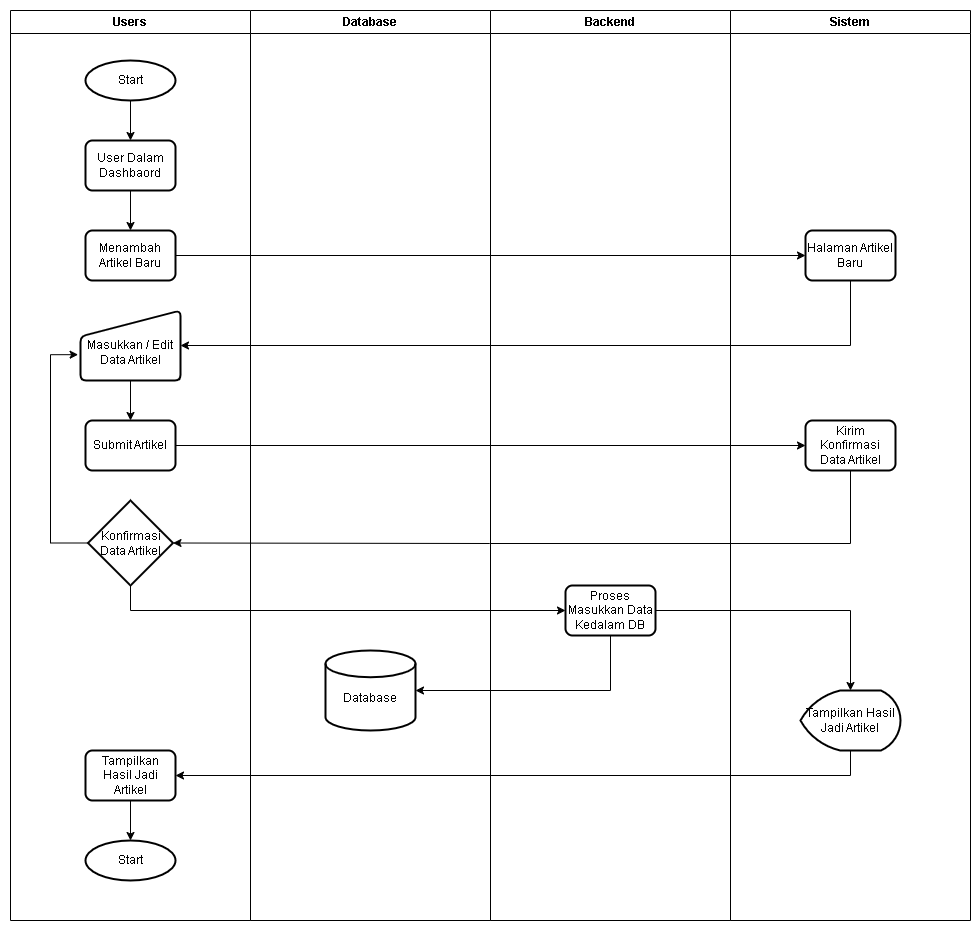
Earlier version of the draw.io export image/Tambah Artikel 4 Baris.png (berkatauto/jurnal-proyek3). Source tidied: cells renumbered, new cells last; positions are measured from the earlier drawing's top-left corner, leaving out a move shared by most shapes.
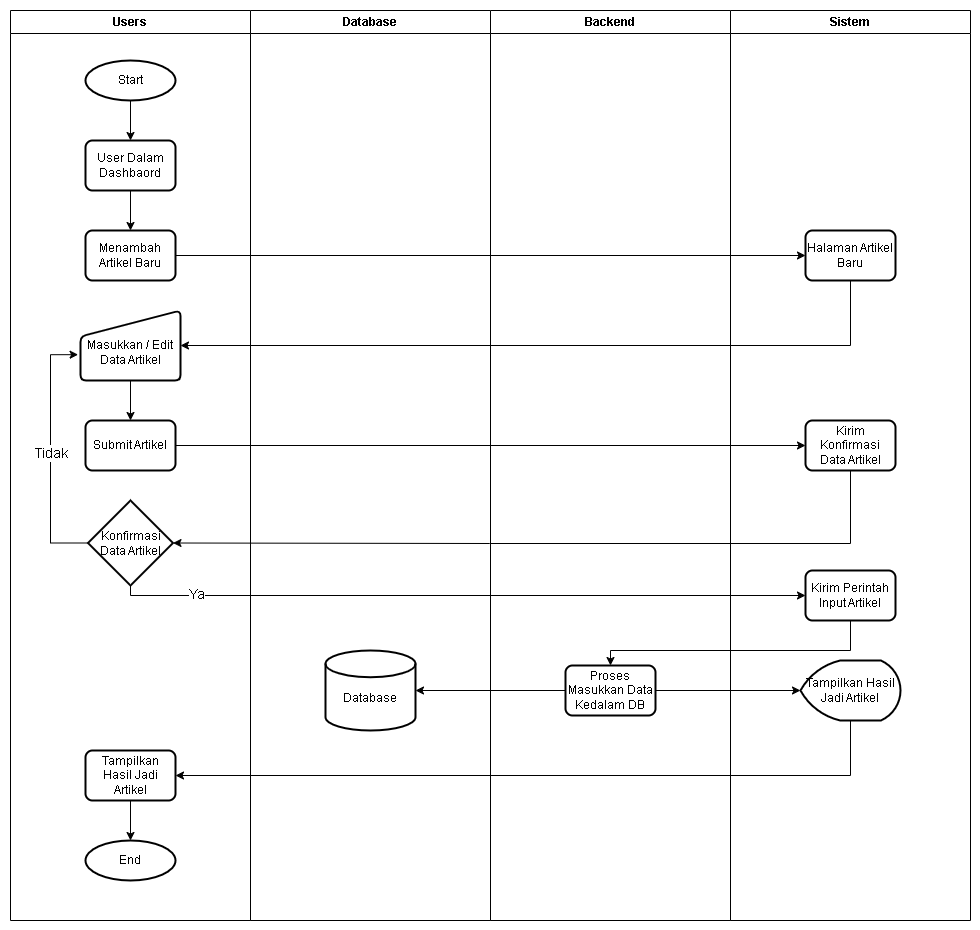
After the commit.

Commit message:
Update (Image) : Memperbarui Flowmap untuk Hapus Artikel

The edit, as a diff of the source:
```diff
@@ -43,10 +43,13 @@
         </Array>
       </mxGeometry>
     </mxCell>
+    <mxCell id="33" value="&lt;font style=&quot;font-size: 14px;&quot;&gt;Tidak&lt;/font&gt;" style="edgeLabel;html=1;align=center;verticalAlign=middle;" parent="13" vertex="1">
+      <mxGeometry x="0.01" y="1" relative="1" as="geometry" />
+    </mxCell>
     <mxCell id="14" value="Tampilkan Hasil Jadi Artikel" style="rounded=1;whiteSpace=wrap;html=1;absoluteArcSize=1;arcSize=14;strokeWidth=2;" parent="3" vertex="1">
       <mxGeometry x="75" y="740" width="90" height="50" as="geometry" />
     </mxCell>
-    <mxCell id="15" value="Start" style="strokeWidth=2;html=1;shape=mxgraph.flowchart.start_1;whiteSpace=wrap;" parent="3" vertex="1">
+    <mxCell id="15" value="End" style="strokeWidth=2;html=1;shape=mxgraph.flowchart.start_1;whiteSpace=wrap;" parent="3" vertex="1">
       <mxGeometry x="75" y="830" width="90" height="40" as="geometry" />
     </mxCell>
     <mxCell id="16" style="edgeStyle=orthogonalEdgeStyle;rounded=0;jettySize=auto;html=1;entryX=0.5;entryY=0;entryDx=0;entryDy=0;entryPerimeter=0;" parent="3" edge="1" source="14" target="15">
@@ -62,7 +65,7 @@
       <mxGeometry x="490" y="10" width="240" height="910" as="geometry" />
     </mxCell>
     <mxCell id="20" value="Proses Masukkan Data Kedalam DB" style="rounded=1;whiteSpace=wrap;html=1;absoluteArcSize=1;arcSize=14;strokeWidth=2;" parent="19" vertex="1">
-      <mxGeometry x="75" y="575" width="90" height="50" as="geometry" />
+      <mxGeometry x="75" y="655" width="90" height="50" as="geometry" />
     </mxCell>
     <mxCell id="21" value="Sistem" style="swimlane;whiteSpace=wrap;html=1;" parent="1" vertex="1">
       <mxGeometry x="730" y="10" width="240" height="910" as="geometry" />
@@ -74,8 +77,11 @@
       <mxGeometry x="75" y="410" width="90" height="50" as="geometry" />
     </mxCell>
     <mxCell id="24" value="Tampilkan Hasil Jadi Artikel" style="strokeWidth=2;html=1;shape=mxgraph.flowchart.display;whiteSpace=wrap;" parent="21" vertex="1">
-      <mxGeometry x="70" y="680" width="100" height="60" as="geometry" />
+      <mxGeometry x="70" y="650" width="100" height="60" as="geometry" />
     </mxCell>
+    <mxCell id="34" value="Kirim Perintah Input Artikel" style="rounded=1;whiteSpace=wrap;html=1;absoluteArcSize=1;arcSize=14;strokeWidth=2;" parent="21" vertex="1">
+      <mxGeometry x="75" y="560" width="90" height="50" as="geometry" />
+    </mxCell>
     <mxCell id="25" style="edgeStyle=orthogonalEdgeStyle;rounded=0;jettySize=auto;html=1;entryX=0;entryY=0.5;entryDx=0;entryDy=0;" parent="1" edge="1" source="8" target="22">
       <mxGeometry relative="1" as="geometry" />
     </mxCell>
@@ -97,29 +103,36 @@
         </Array>
       </mxGeometry>
     </mxCell>
-    <mxCell id="29" style="edgeStyle=orthogonalEdgeStyle;rounded=0;jettySize=auto;html=1;entryX=0;entryY=0.5;entryDx=0;entryDy=0;" parent="1" edge="1" source="12" target="20">
-      <mxGeometry relative="1" as="geometry">
-        <Array as="points">
-          <mxPoint x="130" y="610" />
-        </Array>
-      </mxGeometry>
-    </mxCell>
+    <mxCell id="32" style="edgeStyle=orthogonalEdgeStyle;rounded=0;jettySize=auto;html=1;entryX=1;entryY=0.5;entryDx=0;entryDy=0;exitX=0.5;exitY=1;exitDx=0;exitDy=0;exitPerimeter=0;" parent="1" edge="1" source="24" target="14">
+      <mxGeometry relative="1" as="geometry">
+        <Array as="points">
+          <mxPoint x="850" y="775" />
+        </Array>
+      </mxGeometry>
+    </mxCell>
+    <mxCell id="35" style="edgeStyle=orthogonalEdgeStyle;rounded=0;jettySize=auto;html=1;entryX=0.5;entryY=0;entryDx=0;entryDy=0;" parent="1" edge="1" source="34" target="20">
+      <mxGeometry relative="1" as="geometry">
+        <Array as="points">
+          <mxPoint x="850" y="650" />
+          <mxPoint x="610" y="650" />
+        </Array>
+      </mxGeometry>
+    </mxCell>
-    <mxCell id="30" style="edgeStyle=orthogonalEdgeStyle;rounded=0;jettySize=auto;html=1;entryX=1;entryY=0.5;entryDx=0;entryDy=0;entryPerimeter=0;" parent="1" edge="1" source="20" target="18">
-      <mxGeometry relative="1" as="geometry">
-        <Array as="points">
-          <mxPoint x="610" y="690" />
-        </Array>
-      </mxGeometry>
+    <mxCell id="30" style="edgeStyle=orthogonalEdgeStyle;rounded=0;jettySize=auto;html=1;" parent="1" edge="1" source="20" target="18">
+      <mxGeometry relative="1" as="geometry" />
     </mxCell>
-    <mxCell id="31" style="edgeStyle=orthogonalEdgeStyle;rounded=0;jettySize=auto;html=1;entryX=0.5;entryY=0;entryDx=0;entryDy=0;entryPerimeter=0;" parent="1" edge="1" source="20" target="24">
+    <mxCell id="31" style="edgeStyle=orthogonalEdgeStyle;rounded=0;jettySize=auto;html=1;entryX=0;entryY=0.5;entryDx=0;entryDy=0;entryPerimeter=0;" parent="1" edge="1" source="20" target="24">
       <mxGeometry relative="1" as="geometry" />
     </mxCell>
-    <mxCell id="32" style="edgeStyle=orthogonalEdgeStyle;rounded=0;jettySize=auto;html=1;entryX=1;entryY=0.5;entryDx=0;entryDy=0;exitX=0.5;exitY=1;exitDx=0;exitDy=0;exitPerimeter=0;" parent="1" edge="1" source="24" target="14">
-      <mxGeometry relative="1" as="geometry">
-        <Array as="points">
-          <mxPoint x="850" y="775" />
-        </Array>
-      </mxGeometry>
-    </mxCell>
+    <mxCell id="36" style="edgeStyle=orthogonalEdgeStyle;rounded=0;jettySize=auto;html=1;entryX=0;entryY=0.5;entryDx=0;entryDy=0;" parent="1" edge="1" source="12" target="34">
+      <mxGeometry relative="1" as="geometry">
+        <Array as="points">
+          <mxPoint x="130" y="595" />
+        </Array>
+      </mxGeometry>
+    </mxCell>
+    <mxCell id="37" value="&lt;font style=&quot;font-size: 14px;&quot;&gt;Ya&lt;/font&gt;" style="edgeLabel;html=1;align=center;verticalAlign=middle;" parent="36" vertex="1">
+      <mxGeometry x="-0.78" y="2" relative="1" as="geometry" />
+    </mxCell>
   </root>
 </mxGraphModel>
```
